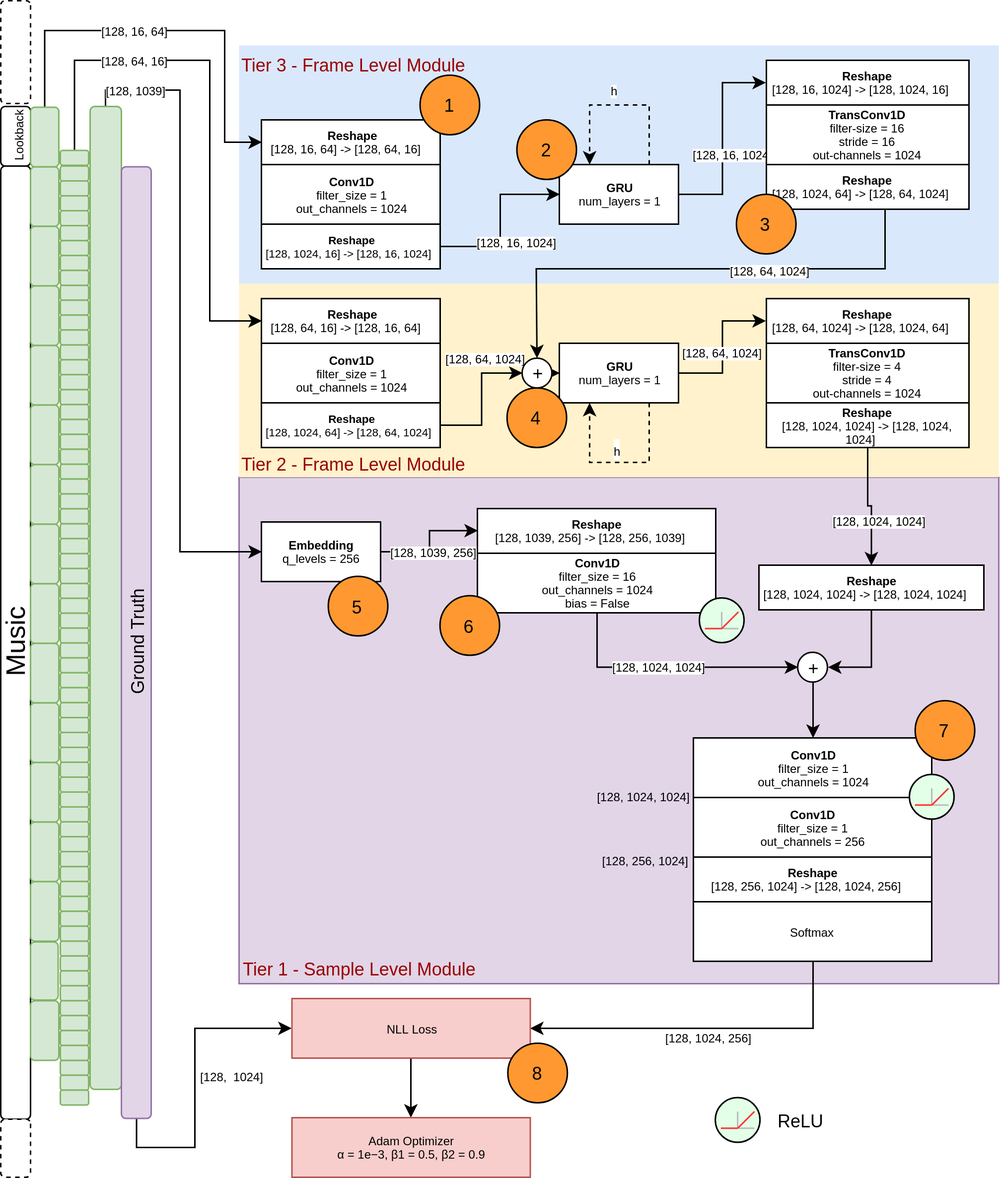
Above: Doc/Doc/img/samplernn-arch.png in fabianstahl/MusicGenerators (draw.io), before the change. Source tidied: cells renumbered, new cells last; positions are measured from the earlier drawing's top-left corner, leaving out a move shared by most shapes.
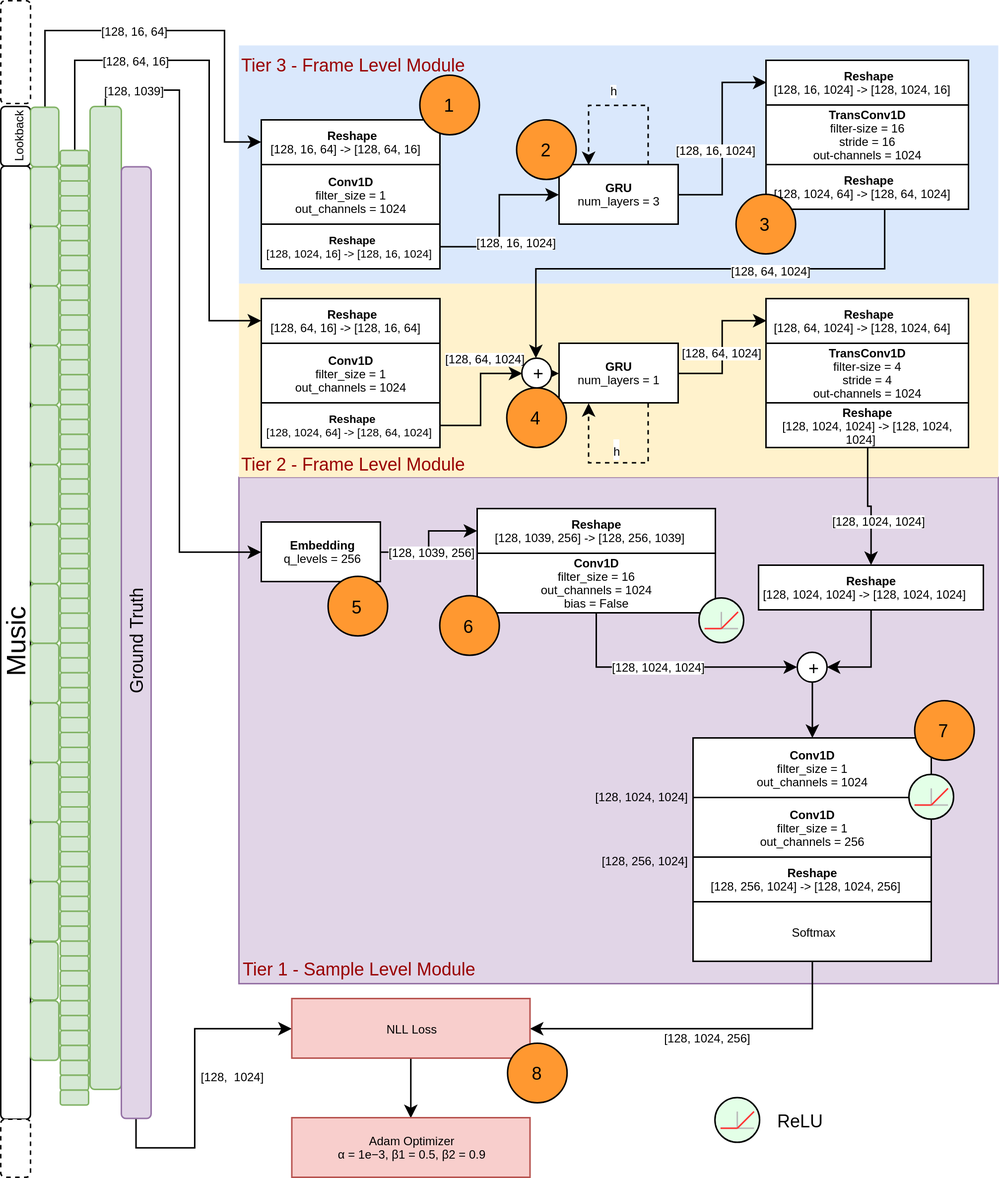
After the commit.

Commit message:
kinda finished SampleRNN documentation

What changed in the source:
```diff
@@ -69,10 +69,10 @@
     </mxCell>
     <mxCell id="17" value="[128, 16, 1024]" style="text;html=1;align=center;verticalAlign=middle;labelBackgroundColor=#ffffff;fontSize=8;" parent="16" vertex="1">
       <mxGeometry x="-0.13" y="1" relative="1" as="geometry">
-        <mxPoint x="8" y="1" as="offset" />
+        <mxPoint x="-3.5" y="-1.5" as="offset" />
       </mxGeometry>
     </mxCell>
-    <mxCell id="18" value="&lt;b style=&quot;font-size: 8px;&quot;&gt;GRU&lt;/b&gt;&lt;br style=&quot;font-size: 8px;&quot;&gt;num_layers = 1" style="rounded=0;whiteSpace=wrap;html=1;fontSize=8;" parent="1" vertex="1">
+    <mxCell id="18" value="&lt;b style=&quot;font-size: 8px&quot;&gt;GRU&lt;/b&gt;&lt;br style=&quot;font-size: 8px&quot;&gt;num_layers = 3" style="rounded=0;whiteSpace=wrap;html=1;fontSize=8;" parent="1" vertex="1">
       <mxGeometry x="375" y="110" width="80" height="40" as="geometry" />
     </mxCell>
     <mxCell id="19" style="edgeStyle=orthogonalEdgeStyle;rounded=0;jettySize=auto;html=1;exitX=1;exitY=0.5;exitDx=0;exitDy=0;entryX=0;entryY=0.5;entryDx=0;entryDy=0;" parent="1" edge="1" source="22" target="73">
```
